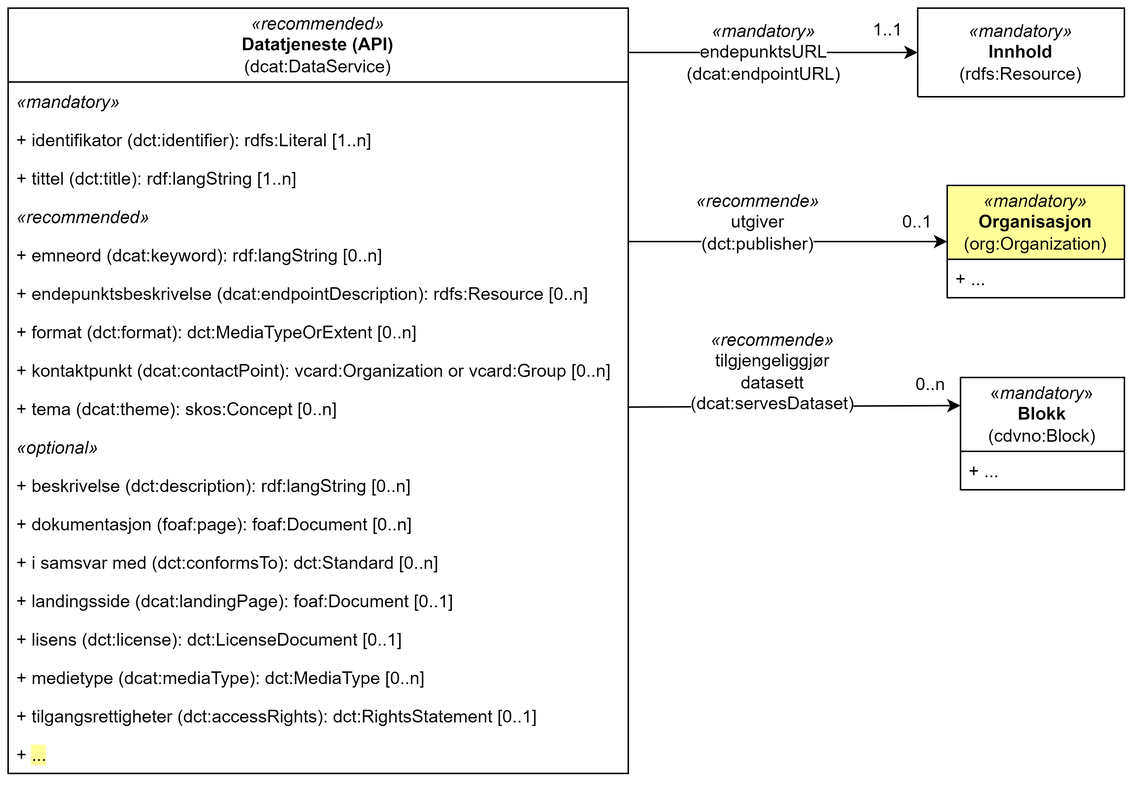
Before: cdvno/images/cdvno-dataservice.png, a diagram exported from draw.io (jimjyang/playground). Source tidied: cells renumbered, new cells last; positions are measured from the earlier drawing's top-left corner, leaving out a move shared by most shapes.
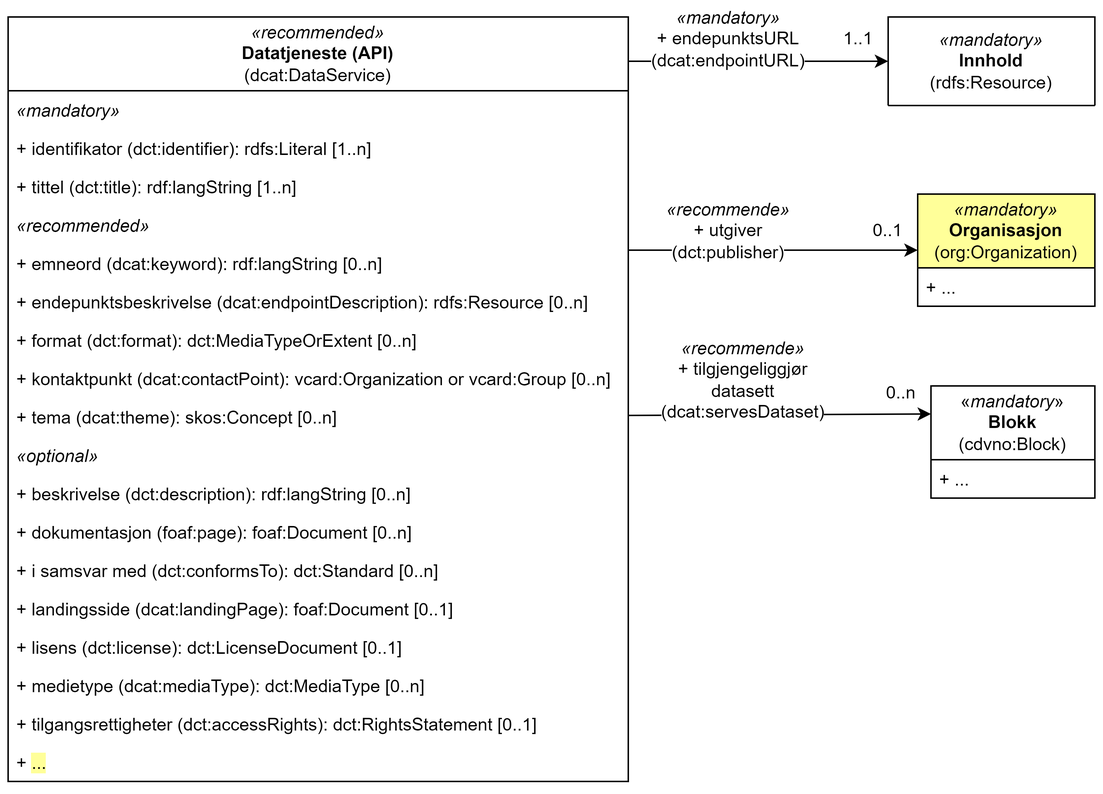
Above is the later version.

The edit, as a diff of the source:
```diff
@@ -6,7 +6,7 @@
       <mxGeometry x="616" width="140" height="60" as="geometry" />
     </mxCell>
     <mxCell id="3" value="&lt;i style=&quot;border-color: var(--border-color);&quot;&gt;«recommended»&lt;/i&gt;&lt;br style=&quot;border-color: var(--border-color);&quot;&gt;&lt;b style=&quot;border-color: var(--border-color);&quot;&gt;Datatjeneste (API)&lt;br style=&quot;border-color: var(--border-color);&quot;&gt;&lt;/b&gt;(dcat:DataService)" style="swimlane;fontStyle=0;horizontal=1;startSize=50;fillColor=none;whiteSpace=wrap;html=1;" parent="1" vertex="1">
-      <mxGeometry width="420" height="518" as="geometry" />
+      <mxGeometry x="20" width="420" height="518" as="geometry" />
     </mxCell>
     <mxCell id="4" value="&lt;i&gt;«mandatory»&lt;/i&gt;" style="text;strokeColor=none;fillColor=none;align=left;verticalAlign=top;spacingLeft=4;spacingRight=4;overflow=hidden;whiteSpace=wrap;html=1;" parent="3" vertex="1">
       <mxGeometry y="50" width="420" height="26" as="geometry" />
@@ -65,16 +65,16 @@
     <mxCell id="22" style="endArrow=classic;html=1;rounded=0;entryX=0;entryY=0.25;entryDx=0;entryDy=0;" parent="1" edge="1" source="12" target="27">
       <mxGeometry relative="1" as="geometry" />
     </mxCell>
-    <mxCell id="23" value="&lt;span style=&quot;background-color: rgb(255, 255, 255);&quot;&gt;&lt;i style=&quot;border-color: var(--border-color);&quot;&gt;«recommende»&lt;br&gt;&lt;/i&gt;tilgjengeliggjør datasett&lt;br&gt;(dcat:servesDataset)&lt;/span&gt;" style="text;html=1;strokeColor=none;fillColor=none;align=center;verticalAlign=middle;whiteSpace=wrap;rounded=0;" parent="1" vertex="1">
+    <mxCell id="23" value="&lt;span style=&quot;background-color: rgb(255, 255, 255);&quot;&gt;&lt;i style=&quot;border-color: var(--border-color);&quot;&gt;«recommende»&lt;br&gt;&lt;/i&gt;+ tilgjengeliggjør datasett&lt;br&gt;(dcat:servesDataset)&lt;/span&gt;" style="text;html=1;strokeColor=none;fillColor=none;align=center;verticalAlign=middle;whiteSpace=wrap;rounded=0;" parent="1" vertex="1">
       <mxGeometry x="460" y="231" width="116" height="30" as="geometry" />
     </mxCell>
     <mxCell id="24" style="endArrow=classic;html=1;rounded=0;entryX=0;entryY=0.5;entryDx=0;entryDy=0;" parent="1" edge="1" target="2">
       <mxGeometry relative="1" as="geometry">
-        <mxPoint x="420" y="30" as="sourcePoint" />
+        <mxPoint x="440" y="30" as="sourcePoint" />
       </mxGeometry>
     </mxCell>
-    <mxCell id="25" value="&lt;span style=&quot;background-color: rgb(255, 255, 255);&quot;&gt;&lt;i style=&quot;border-color: var(--border-color);&quot;&gt;«mandatory»&lt;br&gt;&lt;/i&gt;endepunktsURL&lt;br&gt;(dcat:endpointURL)&lt;/span&gt;" style="text;html=1;strokeColor=none;fillColor=none;align=center;verticalAlign=middle;whiteSpace=wrap;rounded=0;" parent="1" vertex="1">
-      <mxGeometry x="482" y="15" width="60" height="30" as="geometry" />
+    <mxCell id="25" value="&lt;span style=&quot;background-color: rgb(255, 255, 255);&quot;&gt;&lt;i style=&quot;border-color: var(--border-color);&quot;&gt;«mandatory»&lt;br&gt;&lt;/i&gt;+ endepunktsURL&lt;br&gt;(dcat:endpointURL)&lt;/span&gt;" style="text;html=1;strokeColor=none;fillColor=none;align=center;verticalAlign=middle;whiteSpace=wrap;rounded=0;" parent="1" vertex="1">
+      <mxGeometry x="478" width="60" height="30" as="geometry" />
     </mxCell>
     <mxCell id="26" value="1..1" style="text;html=1;strokeColor=none;fillColor=none;align=center;verticalAlign=middle;whiteSpace=wrap;rounded=0;" parent="1" vertex="1">
       <mxGeometry x="576" width="40" height="30" as="geometry" />
@@ -100,7 +100,7 @@
     <mxCell id="33" value="0..1" style="text;html=1;strokeColor=none;fillColor=none;align=center;verticalAlign=middle;whiteSpace=wrap;rounded=0;" parent="1" vertex="1">
       <mxGeometry x="596" y="130" width="40" height="30" as="geometry" />
     </mxCell>
-    <mxCell id="34" value="&lt;span style=&quot;background-color: rgb(255, 255, 255);&quot;&gt;&lt;i style=&quot;border-color: var(--border-color);&quot;&gt;«recommende»&lt;br&gt;&lt;/i&gt;utgiver&lt;br&gt;(dct:publisher)&lt;/span&gt;" style="text;html=1;strokeColor=none;fillColor=none;align=center;verticalAlign=middle;whiteSpace=wrap;rounded=0;" parent="1" vertex="1">
+    <mxCell id="34" value="&lt;span style=&quot;background-color: rgb(255, 255, 255);&quot;&gt;&lt;i style=&quot;border-color: var(--border-color);&quot;&gt;«recommende»&lt;br&gt;&lt;/i&gt;+ utgiver&lt;br&gt;(dct:publisher)&lt;/span&gt;" style="text;html=1;strokeColor=none;fillColor=none;align=center;verticalAlign=middle;whiteSpace=wrap;rounded=0;" parent="1" vertex="1">
       <mxGeometry x="450" y="130" width="116" height="30" as="geometry" />
     </mxCell>
   </root>
```
